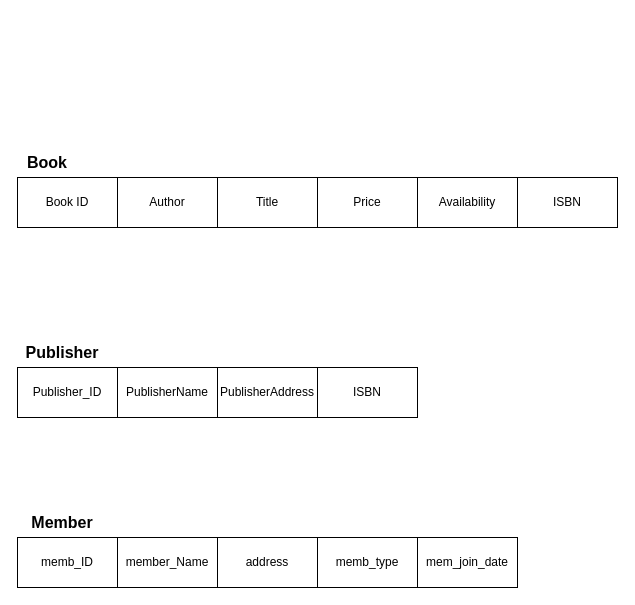
Above: Untitled Diagram.drawio in sergio-oliveira-br/Database (draw.io), before the change. Source tidied: cells renumbered, new cells numbered last; positions are measured from the earlier drawing's top-left corner, leaving out a move shared by most shapes. Both pictures are drawn from the tidied source at 100%, with x=0, y=0 at pixel (17, 147).
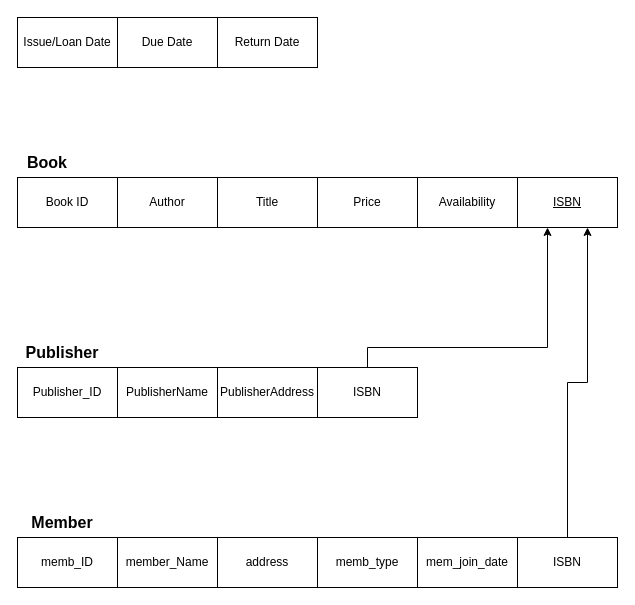
After the change.

The change refers to these unchanged cells:
```xml
<mxCell id="14" value="ISBN" style="rounded=0;whiteSpace=wrap;html=1;" parent="1" vertex="1">
  <mxGeometry x="300" y="220" width="100" height="50" as="geometry" />
</mxCell>
```

Diff of the diagram source:
```diff
@@
-    <mxCell id="7" value="ISBN" style="rounded=0;whiteSpace=wrap;html=1;" parent="1" vertex="1">
+    <mxCell id="7" value="ISBN" style="rounded=0;whiteSpace=wrap;html=1;fontStyle=4;" parent="1" vertex="1">
       <mxGeometry x="500" y="30" width="100" height="50" as="geometry" />
     </mxCell>
@@
+    <mxCell id="20" style="edgeStyle=orthogonalEdgeStyle;rounded=0;jettySize=auto;html=1;" parent="1" edge="1" source="14" target="7">
+      <mxGeometry relative="1" as="geometry">
+        <Array as="points">
+          <mxPoint x="350" y="200" />
+          <mxPoint x="530" y="200" />
+        </Array>
+      </mxGeometry>
+    </mxCell>
@@
+    <mxCell id="21" value="Issue/Loan Date" style="rounded=0;whiteSpace=wrap;html=1;" parent="1" vertex="1">
+      <mxGeometry y="-130" width="100" height="50" as="geometry" />
+    </mxCell>
+    <mxCell id="22" value="Due Date" style="rounded=0;whiteSpace=wrap;html=1;" parent="1" vertex="1">
+      <mxGeometry x="100" y="-130" width="100" height="50" as="geometry" />
+    </mxCell>
+    <mxCell id="23" value="Return Date" style="rounded=0;whiteSpace=wrap;html=1;" parent="1" vertex="1">
+      <mxGeometry x="200" y="-130" width="100" height="50" as="geometry" />
+    </mxCell>
+    <mxCell id="24" style="edgeStyle=orthogonalEdgeStyle;rounded=0;jettySize=auto;html=1;" parent="1" edge="1" source="25" target="7">
+      <mxGeometry relative="1" as="geometry">
+        <Array as="points">
+          <mxPoint x="550" y="235" />
+          <mxPoint x="570" y="235" />
+        </Array>
+      </mxGeometry>
+    </mxCell>
+    <mxCell id="25" value="ISBN" style="rounded=0;whiteSpace=wrap;html=1;" parent="1" vertex="1">
+      <mxGeometry x="500" y="390" width="100" height="50" as="geometry" />
+    </mxCell>
```
